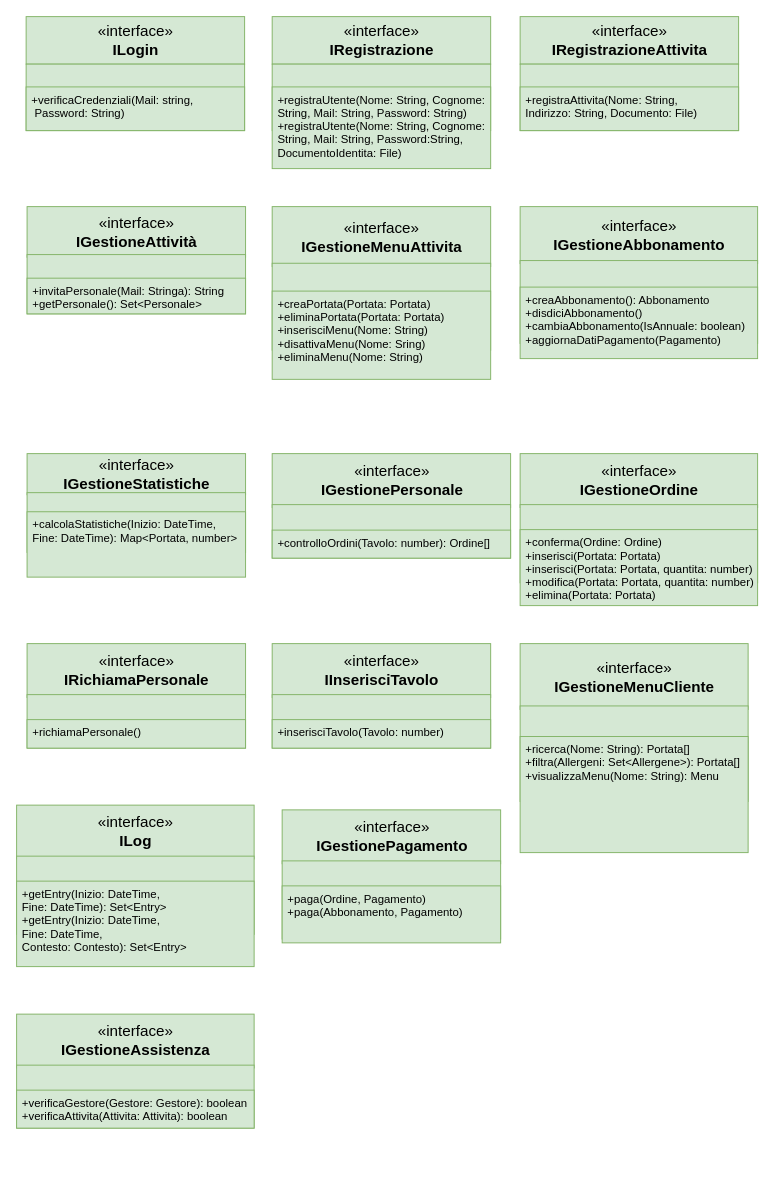
Before: interfacce.drawio in Marco-Burattoni/Progetto-ids, a draw.io diagram. Source tidied: cells renumbered, new cells numbered last; positions are measured from the earlier drawing's top-left corner, leaving out a move shared by most shapes. Both pictures are drawn from the tidied source at 95%, with x=0, y=0 at pixel (16, 16).
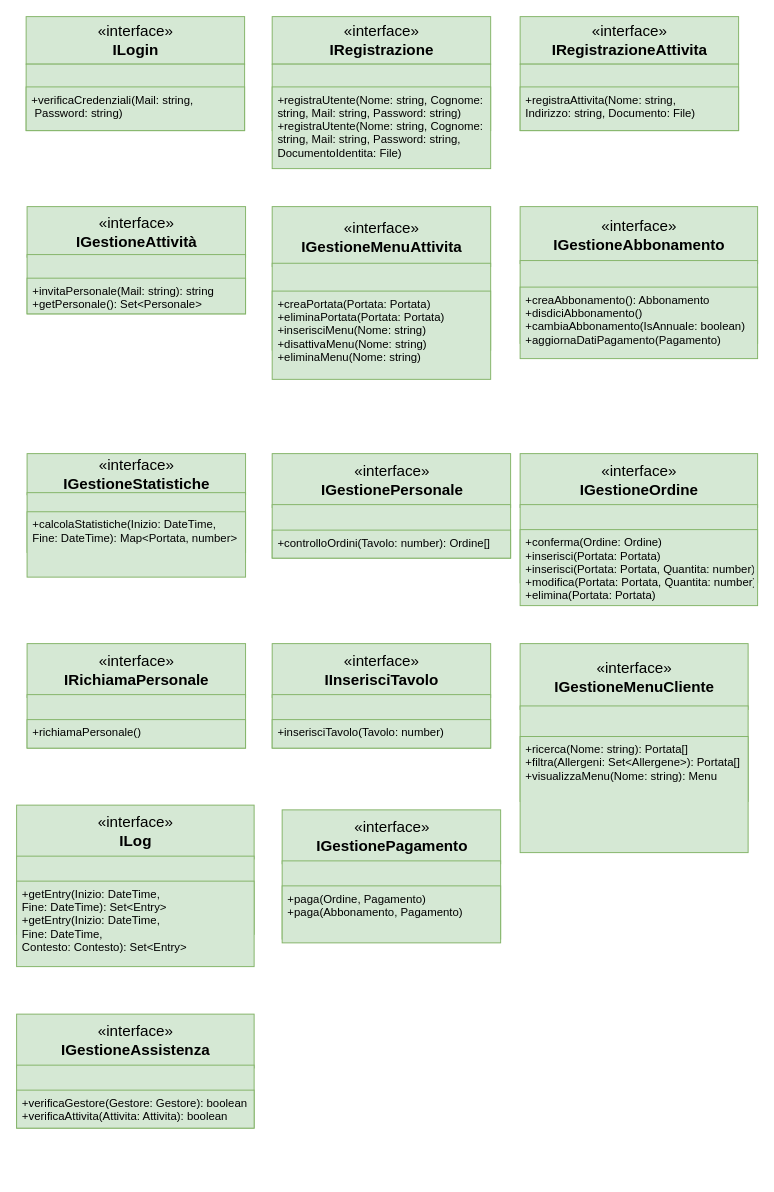
After the change.

The change refers to these unchanged cells:
```xml
<mxCell id="2" style="group;" parent="1" vertex="1">
  <mxGeometry x="10" width="230" height="120" as="geometry" />
</mxCell>
<mxCell id="7" style="group;" parent="1" vertex="1">
  <mxGeometry x="269" width="230" height="180" as="geometry" />
</mxCell>
<mxCell id="17" style="group;" parent="1" vertex="1">
  <mxGeometry x="11" y="200" width="230" height="160" as="geometry" />
</mxCell>
<mxCell id="27" style="group;" parent="1" vertex="1">
  <mxGeometry x="530" width="230" height="180" as="geometry" />
</mxCell>
<mxCell id="32" style="group;" parent="1" vertex="1">
  <mxGeometry x="530" y="460" width="250" height="170" as="geometry" />
</mxCell>
<mxCell id="62" style="group;" parent="1" vertex="1">
  <mxGeometry x="269" y="200" width="230" height="200" as="geometry" />
</mxCell>
<mxCell id="72" style="group;" parent="1" vertex="1">
  <mxGeometry x="530" y="660" width="240" height="220" as="geometry" />
</mxCell>
```

The edit, as a diff of the source:
```diff
@@
-    <mxCell id="6" value="+verificaCredenziali(Mail: string,&#10; Password: String)" style="text;strokeColor=#82b366;fillColor=#d5e8d4;align=left;verticalAlign=top;spacingLeft=4;spacingRight=4;overflow=hidden;fontSize=12;" parent="2" vertex="1">
+    <mxCell id="6" value="+verificaCredenziali(Mail: string,&#10; Password: string)" style="text;strokeColor=#82b366;fillColor=#d5e8d4;align=left;verticalAlign=top;spacingLeft=4;spacingRight=4;overflow=hidden;fontSize=12;" parent="2" vertex="1">
       <mxGeometry y="74" width="230" height="46" as="geometry" />
     </mxCell>
@@
-    <mxCell id="11" value="+registraUtente(Nome: String, Cognome: &#10;String, Mail: String, Password: String)&#10;+registraUtente(Nome: String, Cognome: &#10;String, Mail: String, Password:String,&#10;DocumentoIdentita: File)&#10;&#10;&#10;" style="text;strokeColor=#82b366;fillColor=#d5e8d4;align=left;verticalAlign=top;spacingLeft=4;spacingRight=4;overflow=hidden;fontSize=12;" parent="7" vertex="1">
+    <mxCell id="11" value="+registraUtente(Nome: string, Cognome: &#10;string, Mail: string, Password: string)&#10;+registraUtente(Nome: string, Cognome: &#10;string, Mail: string, Password: string,&#10;DocumentoIdentita: File)&#10;&#10;&#10;" style="text;strokeColor=#82b366;fillColor=#d5e8d4;align=left;verticalAlign=top;spacingLeft=4;spacingRight=4;overflow=hidden;fontSize=12;" parent="7" vertex="1">
       <mxGeometry y="74" width="230" height="86" as="geometry" />
     </mxCell>
@@
-    <mxCell id="21" value="+invitaPersonale(Mail: Stringa): String&#10;+getPersonale(): Set&lt;Personale&gt;" style="text;strokeColor=#82b366;fillColor=#d5e8d4;align=left;verticalAlign=top;spacingLeft=4;spacingRight=4;overflow=hidden;fontSize=12;" parent="17" vertex="1">
+    <mxCell id="21" value="+invitaPersonale(Mail: string): string&#10;+getPersonale(): Set&lt;Personale&gt;" style="text;strokeColor=#82b366;fillColor=#d5e8d4;align=left;verticalAlign=top;spacingLeft=4;spacingRight=4;overflow=hidden;fontSize=12;" parent="17" vertex="1">
       <mxGeometry y="75.3" width="230" height="37.6" as="geometry" />
     </mxCell>
@@
-    <mxCell id="31" value="+registraAttivita(Nome: String, &#10;Indirizzo: String, Documento: File)&#10;" style="text;strokeColor=#82b366;fillColor=#d5e8d4;align=left;verticalAlign=top;spacingLeft=4;spacingRight=4;overflow=hidden;fontSize=12;" parent="27" vertex="1">
+    <mxCell id="31" value="+registraAttivita(Nome: string, &#10;Indirizzo: string, Documento: File)&#10;" style="text;strokeColor=#82b366;fillColor=#d5e8d4;align=left;verticalAlign=top;spacingLeft=4;spacingRight=4;overflow=hidden;fontSize=12;" parent="27" vertex="1">
       <mxGeometry y="74" width="230" height="46" as="geometry" />
     </mxCell>
@@
-    <mxCell id="36" value="+conferma(Ordine: Ordine)&#10;+inserisci(Portata: Portata)&#10;+inserisci(Portata: Portata, quantita: number)&#10;+modifica(Portata: Portata, quantita: number)&#10;+elimina(Portata: Portata)" style="text;strokeColor=#82b366;fillColor=#d5e8d4;align=left;verticalAlign=top;spacingLeft=4;spacingRight=4;overflow=hidden;fontSize=12;" parent="32" vertex="1">
+    <mxCell id="36" value="+conferma(Ordine: Ordine)&#10;+inserisci(Portata: Portata)&#10;+inserisci(Portata: Portata, Quantita: number)&#10;+modifica(Portata: Portata, Quantita: number)&#10;+elimina(Portata: Portata)" style="text;strokeColor=#82b366;fillColor=#d5e8d4;align=left;verticalAlign=top;spacingLeft=4;spacingRight=4;overflow=hidden;fontSize=12;" parent="32" vertex="1">
       <mxGeometry y="80" width="250" height="80" as="geometry" />
     </mxCell>
@@
-    <mxCell id="66" value="+creaPortata(Portata: Portata)&#10;+eliminaPortata(Portata: Portata)&#10;+inserisciMenu(Nome: String)&#10;+disattivaMenu(Nome: Sring)&#10;+eliminaMenu(Nome: String)" style="text;strokeColor=#82b366;fillColor=#d5e8d4;align=left;verticalAlign=top;spacingLeft=4;spacingRight=4;overflow=hidden;fontSize=12;" parent="62" vertex="1">
+    <mxCell id="66" value="+creaPortata(Portata: Portata)&#10;+eliminaPortata(Portata: Portata)&#10;+inserisciMenu(Nome: string)&#10;+disattivaMenu(Nome: string)&#10;+eliminaMenu(Nome: string)" style="text;strokeColor=#82b366;fillColor=#d5e8d4;align=left;verticalAlign=top;spacingLeft=4;spacingRight=4;overflow=hidden;fontSize=12;" parent="62" vertex="1">
       <mxGeometry y="88.9" width="230" height="92.9" as="geometry" />
     </mxCell>
@@
-    <mxCell id="76" value="+ricerca(Nome: String): Portata[]&#10;+filtra(Allergeni: Set&lt;Allergene&gt;): Portata[]&#10;+visualizzaMenu(Nome: String): Menu" style="text;strokeColor=#82b366;fillColor=#d5e8d4;align=left;verticalAlign=top;spacingLeft=4;spacingRight=4;overflow=hidden;fontSize=12;" parent="72" vertex="1">
+    <mxCell id="76" value="+ricerca(Nome: string): Portata[]&#10;+filtra(Allergeni: Set&lt;Allergene&gt;): Portata[]&#10;+visualizzaMenu(Nome: string): Menu" style="text;strokeColor=#82b366;fillColor=#d5e8d4;align=left;verticalAlign=top;spacingLeft=4;spacingRight=4;overflow=hidden;fontSize=12;" parent="72" vertex="1">
       <mxGeometry y="97.8" width="240" height="122.2" as="geometry" />
     </mxCell>
```
